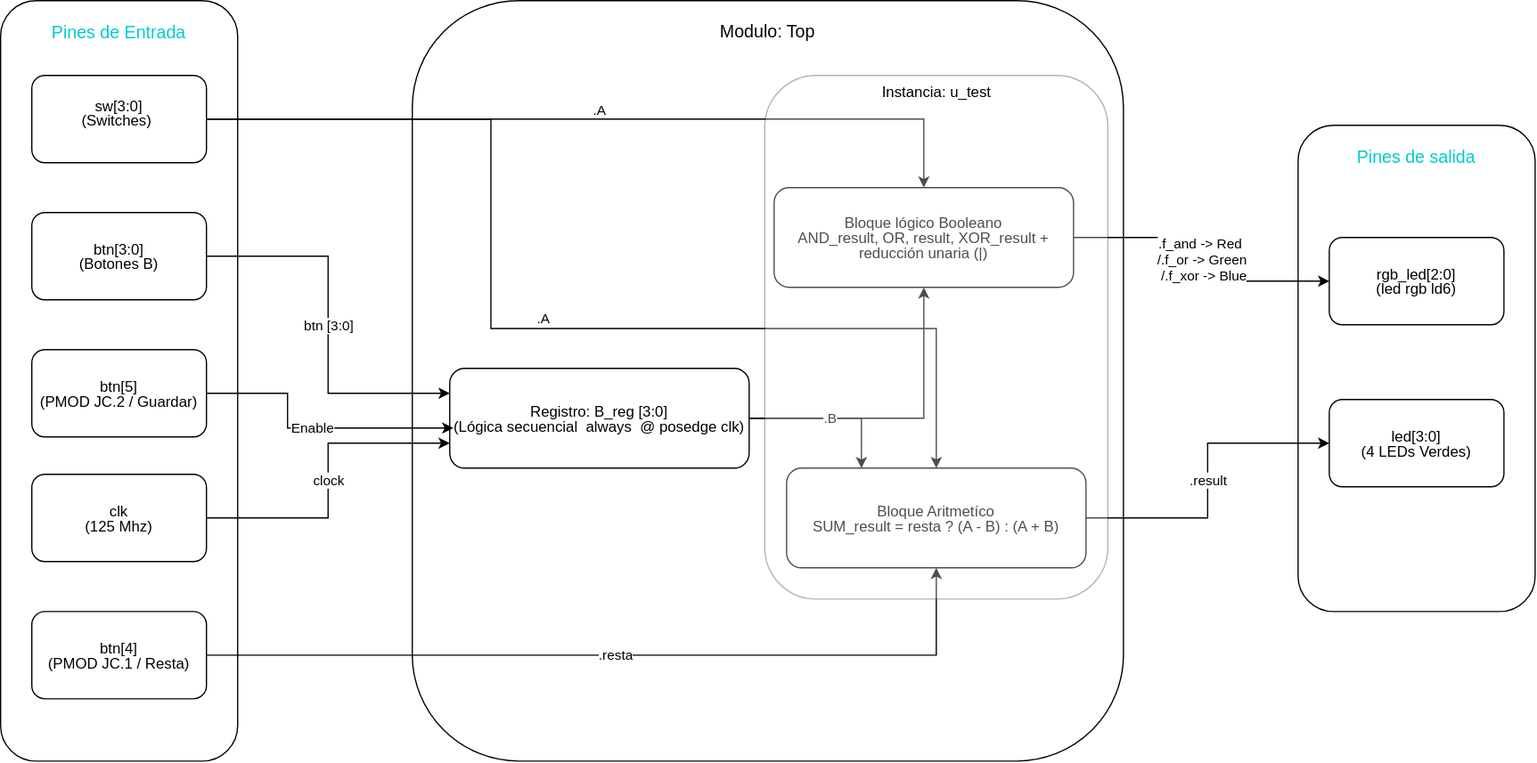
Above: doc/diagrama_bloques.svg in Cristian2802/Digital2-Lab01 (draw.io), before the change. Source tidied: cells renumbered, new cells last; positions are measured from the earlier drawing's top-left corner, leaving out a move shared by most shapes.
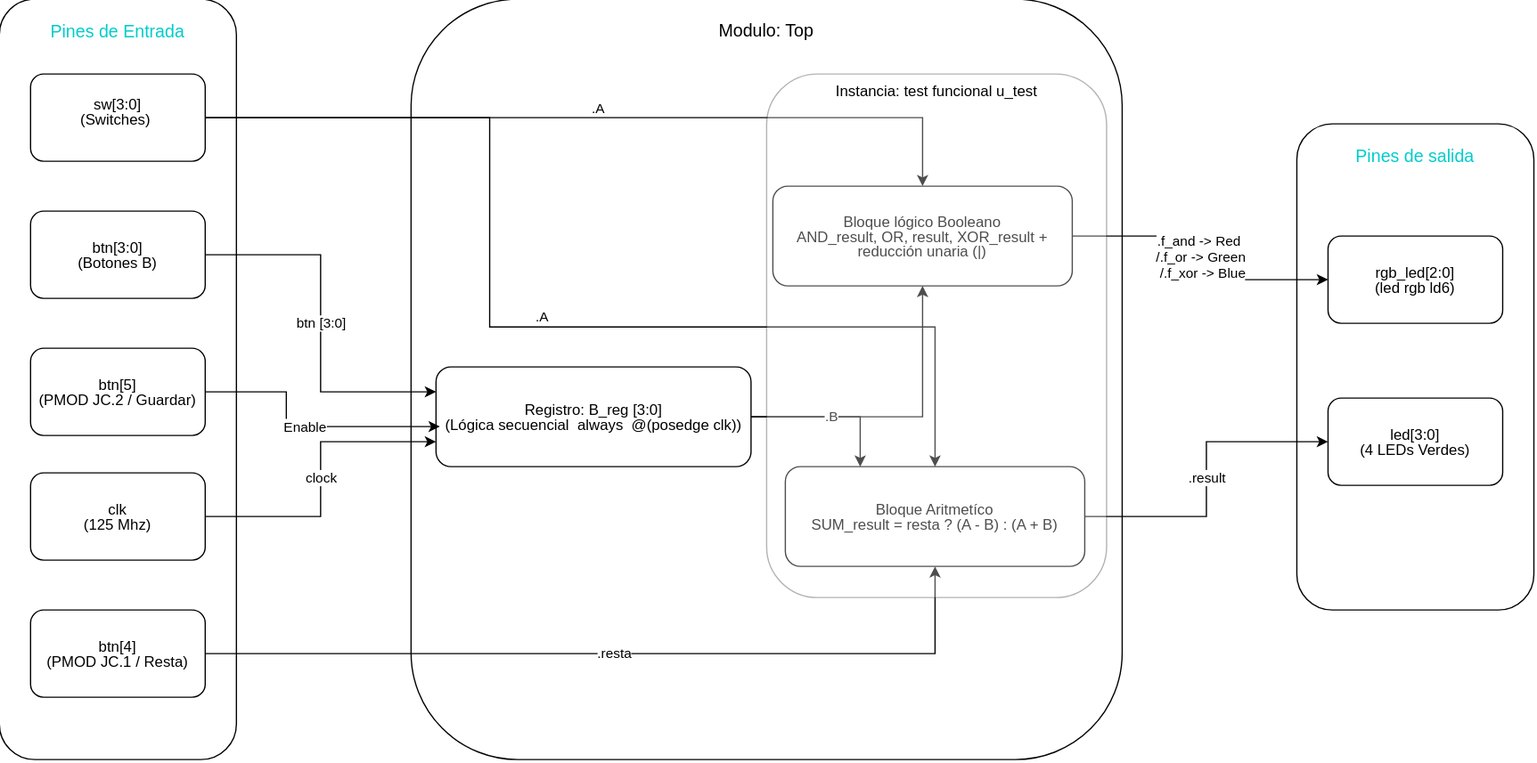
The same file after the commit.

Commit message:
imagen-diagrama2

What changed in the source:
```diff
@@ -33,8 +33,8 @@
     <mxCell id="10" value=".B" style="edgeStyle=orthogonalEdgeStyle;rounded=0;jettySize=auto;html=1;entryX=0.25;entryY=0;entryDx=0;entryDy=0;" parent="1" edge="1" source="11" target="13">
       <mxGeometry relative="1" as="geometry" />
     </mxCell>
-    <mxCell id="11" value="&lt;div style=&quot;line-height: 100%;&quot;&gt;Registro: B_reg [3:0]&lt;/div&gt;&lt;div style=&quot;line-height: 100%;&quot;&gt;(Lógica secuencial&amp;nbsp; always&amp;nbsp; @ posedge clk)&lt;/div&gt;" style="rounded=1;whiteSpace=wrap;html=1;fontSize=12;glass=0;strokeWidth=1;shadow=0;align=center;verticalAlign=middle;labelBackgroundColor=none;" parent="1" vertex="1">
-      <mxGeometry x="360" y="295" width="240" height="80" as="geometry" />
+    <mxCell id="11" value="&lt;div style=&quot;line-height: 100%;&quot;&gt;Registro: B_reg [3:0]&lt;/div&gt;&lt;div style=&quot;line-height: 100%;&quot;&gt;(Lógica secuencial&amp;nbsp; always&amp;nbsp; @(posedge clk))&lt;/div&gt;" style="rounded=1;whiteSpace=wrap;html=1;fontSize=12;glass=0;strokeWidth=1;shadow=0;align=center;verticalAlign=middle;labelBackgroundColor=none;" parent="1" vertex="1">
+      <mxGeometry x="350" y="295" width="252.5" height="80" as="geometry" />
     </mxCell>
     <mxCell id="12" value="&lt;div style=&quot;line-height: 100%;&quot;&gt;Bloque lógico Booleano&lt;/div&gt;&lt;div style=&quot;line-height: 100%;&quot;&gt;AND_result, OR, result, XOR_result + reducción unaria (|)&lt;/div&gt;" style="rounded=1;whiteSpace=wrap;html=1;fontSize=12;glass=0;strokeWidth=1;shadow=0;align=center;verticalAlign=middle;labelBackgroundColor=none;" parent="1" vertex="1">
       <mxGeometry x="620" y="150" width="240" height="80" as="geometry" />
@@ -86,8 +86,8 @@
     <mxCell id="24" value=".f_and -&amp;gt; Red&amp;nbsp;&lt;div&gt;/.f_or -&amp;gt; Green&lt;/div&gt;&lt;div&gt;&amp;nbsp;/.f_xor -&amp;gt; Blue&lt;/div&gt;" style="edgeStyle=orthogonalEdgeStyle;rounded=0;jettySize=auto;html=1;entryX=0;entryY=0.5;entryDx=0;entryDy=0;" parent="1" edge="1" source="12" target="15">
       <mxGeometry relative="1" as="geometry" />
     </mxCell>
-    <mxCell id="25" value="&lt;div&gt;Instancia: u_test&lt;/div&gt;" style="rounded=1;whiteSpace=wrap;html=1;roundedPerimeter=1;labelBackgroundColor=default;fontColor=light-dark(#000000,#2EAA9C);textShadow=0;labelBorderColor=none;opacity=30;verticalAlign=top;" parent="1" vertex="1">
-      <mxGeometry x="612.5" y="60" width="275" height="420" as="geometry" />
+    <mxCell id="25" value="&lt;div&gt;Instancia: test funcional u_test&lt;/div&gt;" style="rounded=1;whiteSpace=wrap;html=1;roundedPerimeter=1;labelBackgroundColor=default;fontColor=light-dark(#000000,#2EAA9C);textShadow=0;labelBorderColor=none;opacity=30;verticalAlign=top;" parent="1" vertex="1">
+      <mxGeometry x="615" y="60" width="272.5" height="420" as="geometry" />
     </mxCell>
   </root>
 </mxGraphModel>
```
